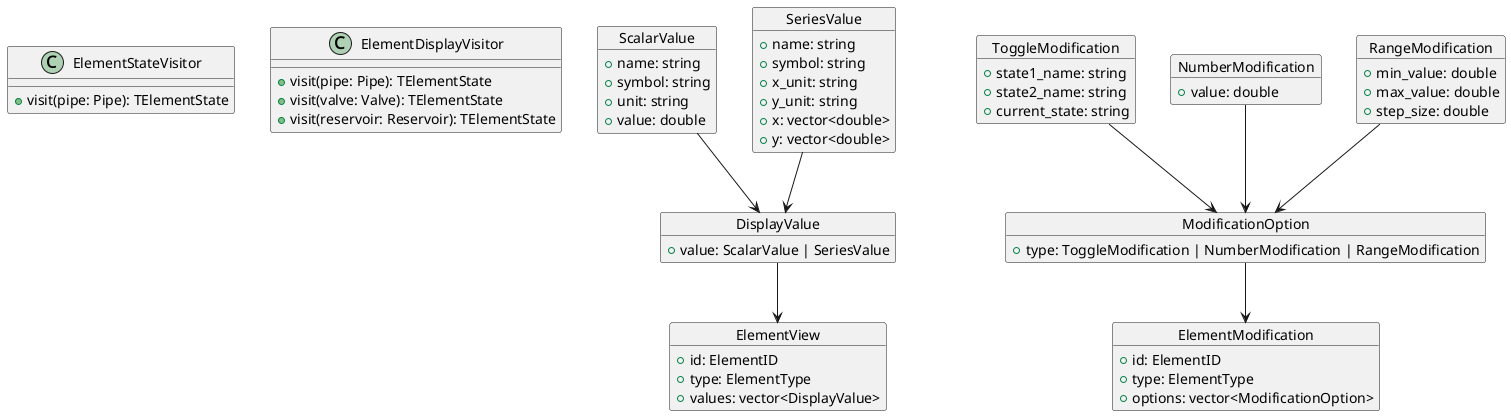
Earlier version of the PlantUML export assets/gui_architecture.png (LVTrans/LVTransCore). Its diagram source:
```plantuml
@startuml

class ElementStateVisitor {
  + visit(pipe: Pipe): TElementState
}

class ElementDisplayVisitor {
  + visit(pipe: Pipe): TElementState
  + visit(valve: Valve): TElementState
  + visit(reservoir: Reservoir): TElementState
}

object ScalarValue {
  + name: string
  + symbol: string
  + unit: string

  + value: double
}

object SeriesValue {
  + name: string
  + symbol: string

  + x_unit: string
  + y_unit: string

  + x: vector<double>
  + y: vector<double>
}

object DisplayValue {
  + value: ScalarValue | SeriesValue
}

object ElementView {
  + id: ElementID
  + type: ElementType

  + values: vector<DisplayValue>
}

object ToggleModification {
  + state1_name: string
  + state2_name: string
  + current_state: string
}

object NumberModification {
  + value: double
}

object RangeModification {
  + min_value: double
  + max_value: double
  + step_size: double
}

object ModificationOption {
  + type: ToggleModification | NumberModification | RangeModification
}

object ElementModification {
  + id: ElementID
  + type: ElementType

  + options: vector<ModificationOption>
}

ToggleModification --> ModificationOption
NumberModification --> ModificationOption
RangeModification --> ModificationOption
ModificationOption --> ElementModification


SeriesValue --> DisplayValue
ScalarValue --> DisplayValue
DisplayValue --> ElementView

@enduml
```
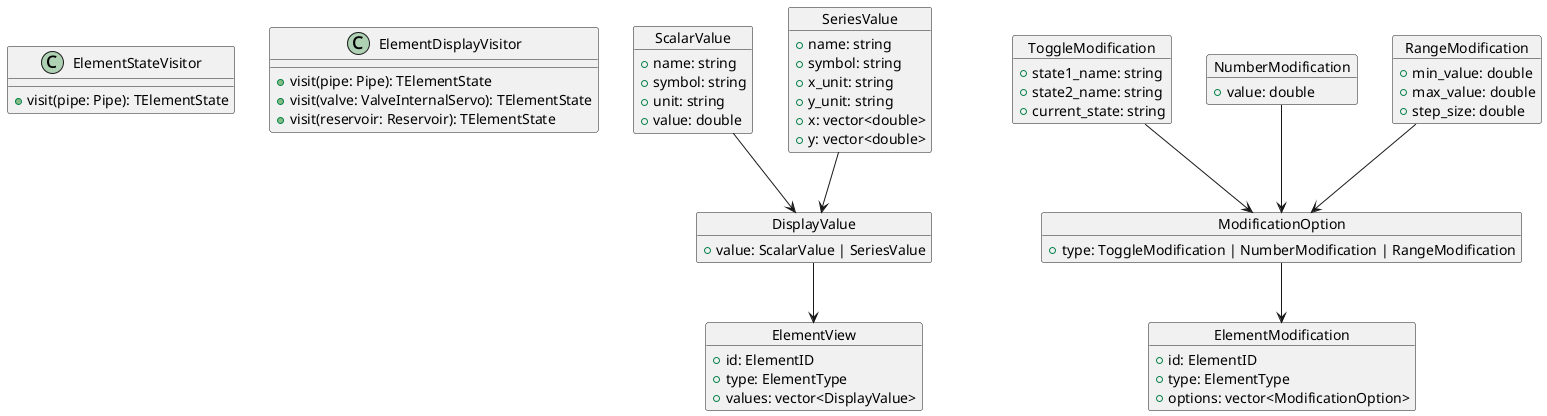
After the change.

Commit message:
chore: update architecture and remove unused functions

The edit, as a diff of the source:
```diff
@@ -6,7 +6,7 @@
 
 class ElementDisplayVisitor {
   + visit(pipe: Pipe): TElementState
-  + visit(valve: Valve): TElementState
+  + visit(valve: ValveInternalServo): TElementState
   + visit(reservoir: Reservoir): TElementState
 }
 
```
